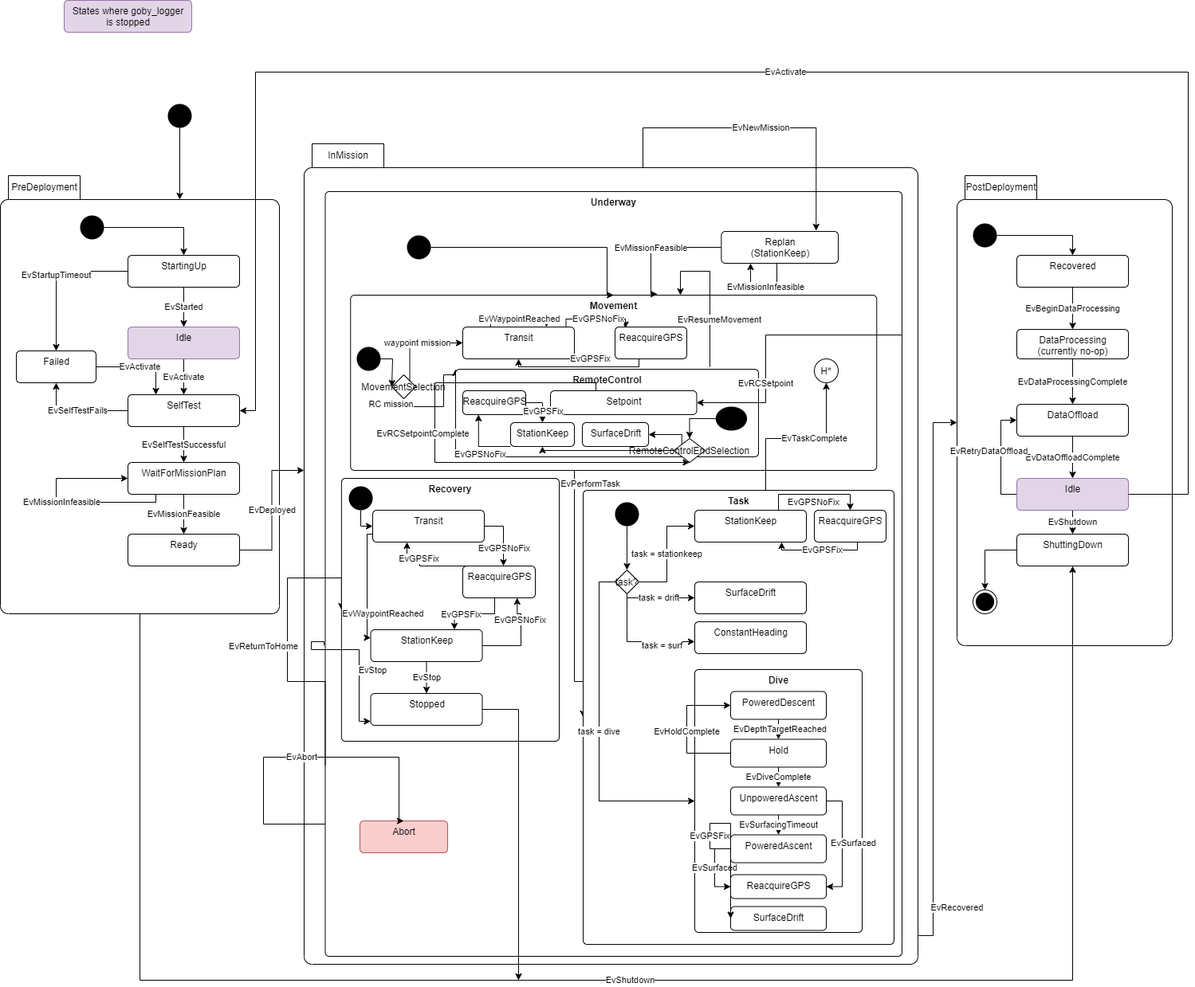
Before: src/doc/figures/mission-states.png, a diagram exported from draw.io (jaiarobotics/jaiabot). Source tidied: cells renumbered, new cells last; positions are measured from the earlier drawing's top-left corner, leaving out a move shared by most shapes.
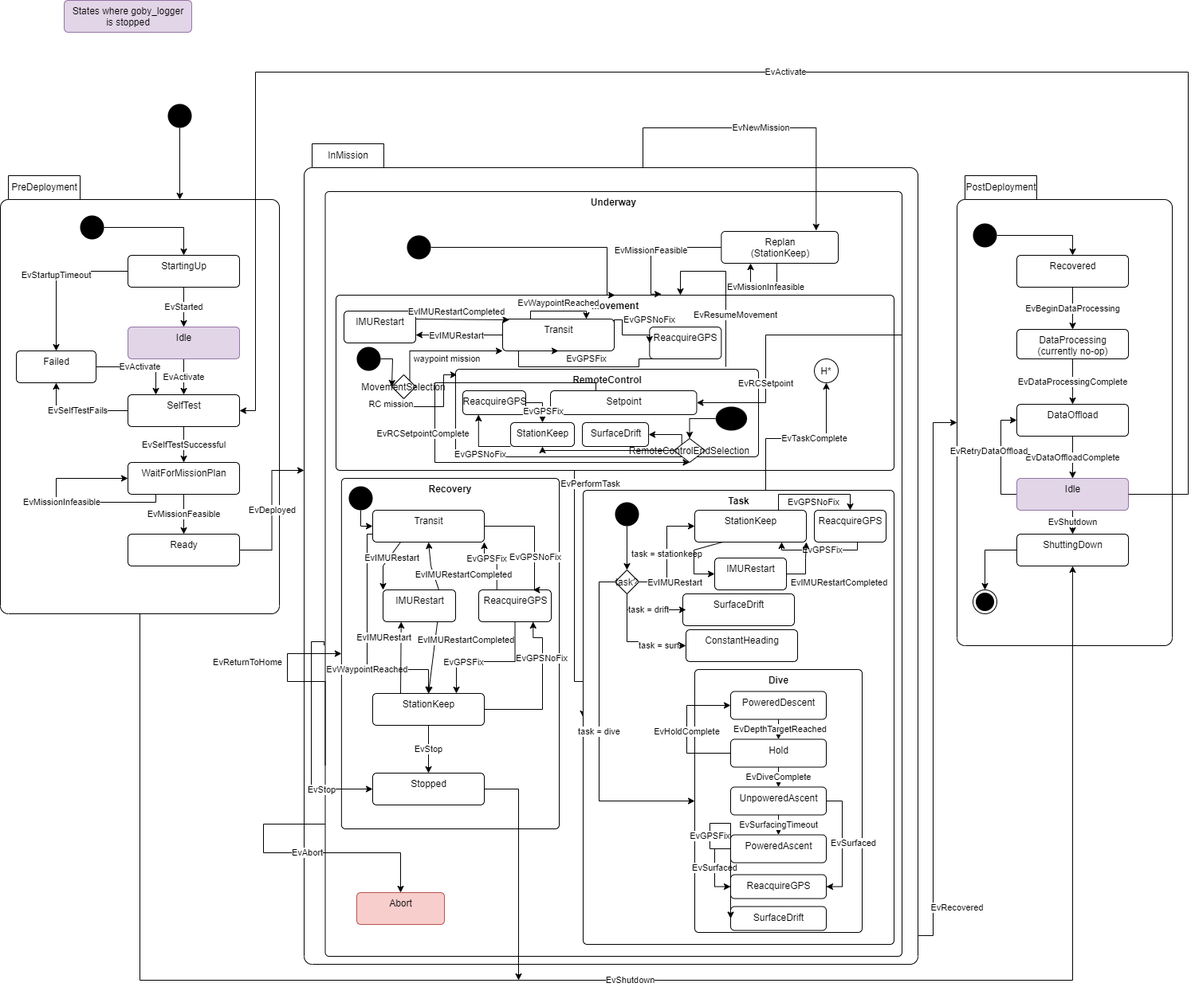
After the commit.

The edit, as a diff of the source:
```diff
@@ -129,6 +129,7 @@
     <mxCell id="39" value="EvReturnToHome" style="edgeStyle=orthogonalEdgeStyle;rounded=0;jettySize=auto;html=1;entryX=0;entryY=0.5;entryDx=0;entryDy=0;exitX=0;exitY=0.75;exitDx=0;exitDy=0;" parent="36" edge="1" source="38" target="44">
-      <mxGeometry x="0.01" y="30" relative="1" as="geometry">
+      <mxGeometry x="0.39" y="50" relative="1" as="geometry">
         <Array as="points">
+          <mxPoint x="7" y="575" />
           <mxPoint x="-41" y="575" />
-          <mxPoint x="-41" y="445" />
+          <mxPoint x="-41" y="540" />
         </Array>
@@ -138,3 +139,3 @@
     <mxCell id="40" value="&lt;b&gt;Movement&lt;/b&gt;" style="html=1;align=center;verticalAlign=top;rounded=1;absoluteArcSize=1;arcSize=10;dashed=0;" parent="36" vertex="1">
-      <mxGeometry x="38.2" y="90" width="660" height="220" as="geometry" />
+      <mxGeometry x="20" y="90" width="700" height="220" as="geometry" />
     </mxCell>
@@ -150,3 +151,3 @@
     <mxCell id="42" value="Transit" style="html=1;align=center;verticalAlign=top;rounded=1;absoluteArcSize=1;arcSize=10;dashed=0;" parent="36" vertex="1">
-      <mxGeometry x="179" y="130" width="140" height="40" as="geometry" />
+      <mxGeometry x="229" y="120" width="140" height="40" as="geometry" />
     </mxCell>
@@ -162,3 +163,3 @@
     <mxCell id="44" value="&lt;b&gt;Recovery&lt;/b&gt;" style="html=1;align=center;verticalAlign=top;rounded=1;absoluteArcSize=1;arcSize=10;dashed=0;" parent="36" vertex="1">
-      <mxGeometry x="26.9" y="320" width="273.1" height="330" as="geometry" />
+      <mxGeometry x="26.9" y="320" width="273.1" height="440" as="geometry" />
     </mxCell>
@@ -171,9 +172,10 @@
     <mxCell id="47" value="StationKeep" style="html=1;align=center;verticalAlign=top;rounded=1;absoluteArcSize=1;arcSize=10;dashed=0;" parent="36" vertex="1">
-      <mxGeometry x="63.5" y="510" width="140" height="40" as="geometry" />
+      <mxGeometry x="66" y="590" width="140" height="40" as="geometry" />
     </mxCell>
     <mxCell id="48" value="EvWaypointReached" style="edgeStyle=orthogonalEdgeStyle;rounded=0;jettySize=auto;html=1;exitX=0;exitY=0.75;exitDx=0;exitDy=0;" parent="36" edge="1" source="45" target="47">
-      <mxGeometry x="0.51" y="20" relative="1" as="geometry">
+      <mxGeometry x="0.25" relative="1" as="geometry">
         <Array as="points">
           <mxPoint x="59" y="390" />
-          <mxPoint x="59" y="520" />
+          <mxPoint x="59" y="560" />
+          <mxPoint x="136" y="560" />
         </Array>
@@ -202,3 +204,3 @@
     <mxCell id="54" value="Abort" style="html=1;align=center;verticalAlign=top;rounded=1;absoluteArcSize=1;arcSize=10;dashed=0;fillColor=#f8cecc;strokeColor=#b85450;" parent="36" vertex="1">
-      <mxGeometry x="50" y="750" width="110" height="40" as="geometry" />
+      <mxGeometry x="46" y="840" width="110" height="40" as="geometry" />
     </mxCell>
@@ -208,5 +210,4 @@
           <mxPoint x="-71" y="754" />
-          <mxPoint x="-71" y="670" />
-          <mxPoint x="99" y="670" />
-          <mxPoint x="99" y="750" />
+          <mxPoint x="-71" y="790" />
+          <mxPoint x="101" y="790" />
         </Array>
@@ -215,3 +216,3 @@
     <mxCell id="56" value="Stopped" style="html=1;align=center;verticalAlign=top;rounded=1;absoluteArcSize=1;arcSize=10;dashed=0;" parent="36" vertex="1">
-      <mxGeometry x="63.5" y="590" width="140" height="40" as="geometry" />
+      <mxGeometry x="66" y="690" width="140" height="40" as="geometry" />
     </mxCell>
@@ -240,3 +241,3 @@
     <mxCell id="63" value="SurfaceDrift" style="html=1;align=center;verticalAlign=top;rounded=1;absoluteArcSize=1;arcSize=10;dashed=0;" parent="59" vertex="1">
-      <mxGeometry x="140" y="115" width="140" height="40" as="geometry" />
+      <mxGeometry x="125" y="130" width="140" height="40" as="geometry" />
     </mxCell>
@@ -250,6 +251,8 @@
     </mxCell>
-    <mxCell id="65" value="task = drift" style="edgeStyle=orthogonalEdgeStyle;rounded=0;jettySize=auto;html=1;entryX=0;entryY=0.5;entryDx=0;entryDy=0;exitX=0.5;exitY=1;exitDx=0;exitDy=0;" parent="59" edge="1" source="67" target="63">
+    <mxCell id="65" value="task = drift" style="edgeStyle=orthogonalEdgeStyle;rounded=0;jettySize=auto;html=1;exitX=0.5;exitY=1;exitDx=0;exitDy=0;" parent="59" edge="1" source="67">
       <mxGeometry relative="1" as="geometry">
+        <mxPoint x="129" y="150" as="targetPoint" />
         <Array as="points">
-          <mxPoint x="55" y="135" />
+          <mxPoint x="55" y="150" />
+          <mxPoint x="125" y="150" />
         </Array>
@@ -344,9 +347,11 @@
     <mxCell id="87" value="ConstantHeading" style="html=1;align=center;verticalAlign=top;rounded=1;absoluteArcSize=1;arcSize=10;dashed=0;" parent="59" vertex="1">
-      <mxGeometry x="140" y="165" width="140" height="40" as="geometry" />
+      <mxGeometry x="129" y="175" width="140" height="40" as="geometry" />
     </mxCell>
-    <mxCell id="88" value="task = surf" style="edgeStyle=orthogonalEdgeStyle;rounded=0;jettySize=auto;html=1;entryX=0;entryY=0.5;entryDx=0;entryDy=0;exitX=0.5;exitY=1;exitDx=0;exitDy=0;" parent="59" edge="1" source="67">
+    <mxCell id="88" value="task = surf" style="edgeStyle=orthogonalEdgeStyle;rounded=0;jettySize=auto;html=1;exitX=0.5;exitY=1;exitDx=0;exitDy=0;" parent="59" edge="1" source="67">
       <mxGeometry x="0.43" y="-5" relative="1" as="geometry">
-        <mxPoint x="140" y="190" as="targetPoint" />
+        <mxPoint x="129" y="195" as="targetPoint" />
         <Array as="points">
           <mxPoint x="55" y="190" />
+          <mxPoint x="99" y="190" />
+          <mxPoint x="99" y="195" />
         </Array>
@@ -354,2 +359,31 @@
     </mxCell>
+    <mxCell id="131" value="IMURestart" style="html=1;align=center;verticalAlign=top;rounded=1;absoluteArcSize=1;arcSize=10;dashed=0;" parent="59" vertex="1">
+      <mxGeometry x="165" y="85" width="90" height="40" as="geometry" />
+    </mxCell>
+    <mxCell id="132" style="endArrow=classic;html=1;rounded=0;entryX=0;entryY=0.5;entryDx=0;entryDy=0;exitX=0.25;exitY=1;exitDx=0;exitDy=0;" parent="59" edge="1" source="61" target="131">
+      <mxGeometry relative="1" as="geometry">
+        <Array as="points">
+          <mxPoint x="139" y="75" />
+          <mxPoint x="139" y="105" />
+        </Array>
+      </mxGeometry>
+    </mxCell>
+    <mxCell id="133" value="EvIMURestart" style="edgeLabel;html=1;align=center;verticalAlign=middle;" parent="132" vertex="1">
+      <mxGeometry x="-0.43" y="1" relative="1" as="geometry">
+        <mxPoint x="-35" y="42" as="offset" />
+      </mxGeometry>
+    </mxCell>
+    <mxCell id="134" style="endArrow=classic;html=1;rounded=0;entryX=1;entryY=1;entryDx=0;entryDy=0;exitX=1;exitY=0.5;exitDx=0;exitDy=0;" parent="59" edge="1" source="131" target="61">
+      <mxGeometry relative="1" as="geometry">
+        <Array as="points">
+          <mxPoint x="279" y="105" />
+          <mxPoint x="279" y="85" />
+        </Array>
+      </mxGeometry>
+    </mxCell>
+    <mxCell id="135" value="EvIMURestartCompleted" style="edgeLabel;html=1;align=center;verticalAlign=middle;" parent="134" vertex="1">
+      <mxGeometry x="-0.43" y="1" relative="1" as="geometry">
+        <mxPoint x="47" y="11" as="offset" />
+      </mxGeometry>
+    </mxCell>
     <mxCell id="89" value="EvNewMission" style="edgeStyle=orthogonalEdgeStyle;rounded=0;jettySize=auto;html=1;exitX=0;exitY=0;exitDx=425;exitDy=30;exitPerimeter=0;entryX=0.811;entryY=-0.025;entryDx=0;entryDy=0;entryPerimeter=0;" parent="36" edge="1" source="37" target="92">
@@ -375,6 +409,8 @@
     </mxCell>
-    <mxCell id="93" value="waypoint mission" style="edgeStyle=orthogonalEdgeStyle;rounded=0;jettySize=auto;html=1;entryX=0;entryY=0.5;entryDx=0;entryDy=0;exitX=1;exitY=0;exitDx=0;exitDy=0;" parent="36" edge="1" source="95" target="42">
-      <mxGeometry relative="1" as="geometry">
+    <mxCell id="93" value="waypoint mission" style="edgeStyle=orthogonalEdgeStyle;rounded=0;jettySize=auto;html=1;exitX=1;exitY=0;exitDx=0;exitDy=0;" parent="36" edge="1" source="95">
+      <mxGeometry x="0.09" y="-10" relative="1" as="geometry">
+        <mxPoint x="229" y="160" as="targetPoint" />
         <Array as="points">
-          <mxPoint x="113" y="150" />
+          <mxPoint x="113" y="160" />
+          <mxPoint x="229" y="160" />
         </Array>
@@ -382,3 +418,3 @@
     </mxCell>
-    <mxCell id="94" value="RC mission" style="edgeStyle=orthogonalEdgeStyle;rounded=0;jettySize=auto;html=1;entryX=0;entryY=0;entryDx=0;entryDy=0;exitX=0.5;exitY=1;exitDx=0;exitDy=0;" parent="36" edge="1" source="95" target="99">
+    <mxCell id="94" value="RC mission" style="edgeStyle=orthogonalEdgeStyle;rounded=0;jettySize=auto;html=1;entryX=0.005;entryY=0.064;entryDx=0;entryDy=0;exitX=0.5;exitY=1;exitDx=0;exitDy=0;entryPerimeter=0;" parent="36" edge="1" source="95" target="99">
       <mxGeometry x="-0.85" y="-10" relative="1" as="geometry">
@@ -396,6 +432,6 @@
     <mxCell id="96" value="EvWaypointReached" style="edgeStyle=orthogonalEdgeStyle;rounded=0;orthogonalLoop=1;jettySize=auto;html=1;entryX=0.75;entryY=0;entryDx=0;entryDy=0;exitX=0.25;exitY=0;exitDx=0;exitDy=0;" parent="36" edge="1" source="42" target="42">
-      <mxGeometry relative="1" as="geometry">
+      <mxGeometry y="10" relative="1" as="geometry">
         <Array as="points">
-          <mxPoint x="285" y="120" />
-          <mxPoint x="355" y="120" />
+          <mxPoint x="264" y="110" />
+          <mxPoint x="334" y="110" />
         </Array>
@@ -405,5 +441,6 @@
       <mxGeometry x="-0.37" y="-12" relative="1" as="geometry">
-        <mxPoint x="489" y="180" as="sourcePoint" />
+        <mxPoint x="509" y="180" as="sourcePoint" />
         <Array as="points">
-          <mxPoint x="489" y="60" />
+          <mxPoint x="509" y="180" />
+          <mxPoint x="509" y="60" />
           <mxPoint x="452" y="60" />
@@ -486,10 +523,13 @@
     <mxCell id="113" value="ReacquireGPS" style="html=1;align=center;verticalAlign=top;rounded=1;absoluteArcSize=1;arcSize=10;dashed=0;" parent="36" vertex="1">
-      <mxGeometry x="370" y="130" width="90" height="40" as="geometry" />
+      <mxGeometry x="413.3" y="130" width="90" height="40" as="geometry" />
     </mxCell>
-    <mxCell id="114" value="EvGPSNoFix" style="edgeStyle=orthogonalEdgeStyle;rounded=0;jettySize=auto;html=1;entryX=0.146;entryY=0.038;entryDx=0;entryDy=0;exitX=0.925;exitY=0.013;exitDx=0;exitDy=0;exitPerimeter=0;entryPerimeter=0;" parent="36" edge="1" source="42" target="113">
-      <mxGeometry x="0.06" relative="1" as="geometry">
+    <mxCell id="114" value="EvGPSNoFix" style="edgeStyle=orthogonalEdgeStyle;rounded=0;jettySize=auto;html=1;exitX=1;exitY=0.25;exitDx=0;exitDy=0;entryX=0;entryY=0.5;entryDx=0;entryDy=0;" parent="36" edge="1" source="42" target="113">
+      <mxGeometry x="0.76" y="19" relative="1" as="geometry">
         <Array as="points">
-          <mxPoint x="309" y="120" />
-          <mxPoint x="383" y="120" />
+          <mxPoint x="369" y="121" />
+          <mxPoint x="379" y="121" />
+          <mxPoint x="379" y="140" />
+          <mxPoint x="413" y="140" />
         </Array>
+        <mxPoint x="-19" y="-19" as="offset" />
       </mxGeometry>
@@ -505,6 +545,5 @@
     </mxCell>
-    <mxCell id="116" style="edgeStyle=orthogonalEdgeStyle;rounded=0;orthogonalLoop=1;jettySize=auto;html=1;entryX=0;entryY=0.5;entryDx=0;entryDy=0;exitX=-0.002;exitY=0.645;exitDx=0;exitDy=0;exitPerimeter=0;" parent="36" edge="1">
+    <mxCell id="116" style="edgeStyle=orthogonalEdgeStyle;rounded=0;jettySize=auto;html=1;entryX=0;entryY=0.5;entryDx=0;entryDy=0;exitX=-0.002;exitY=0.645;exitDx=0;exitDy=0;exitPerimeter=0;" parent="36" edge="1" target="56">
       <mxGeometry relative="1" as="geometry">
         <mxPoint x="5.1" y="529.7" as="sourcePoint" />
-        <mxPoint x="63.5" y="625" as="targetPoint" />
         <Array as="points">
@@ -512,5 +551,3 @@
           <mxPoint x="-11" y="525" />
-          <mxPoint x="-11" y="535" />
-          <mxPoint x="49" y="535" />
-          <mxPoint x="49" y="625" />
+          <mxPoint x="-11" y="710" />
         </Array>
@@ -520,3 +557,3 @@
       <mxGeometry x="-0.2" y="1" relative="1" as="geometry">
-        <mxPoint x="29" y="26" as="offset" />
+        <mxPoint x="11" y="92" as="offset" />
       </mxGeometry>
@@ -524,9 +561,9 @@
     <mxCell id="118" value="ReacquireGPS" style="html=1;align=center;verticalAlign=top;rounded=1;absoluteArcSize=1;arcSize=10;dashed=0;" parent="36" vertex="1">
-      <mxGeometry x="179" y="430" width="91" height="40" as="geometry" />
+      <mxGeometry x="199" y="460" width="91" height="40" as="geometry" />
     </mxCell>
-    <mxCell id="119" value="EvGPSNoFix" style="edgeStyle=orthogonalEdgeStyle;rounded=0;jettySize=auto;html=1;exitX=1;exitY=0.5;exitDx=0;exitDy=0;" parent="36" edge="1" source="45">
+    <mxCell id="119" value="EvGPSNoFix" style="edgeStyle=orthogonalEdgeStyle;rounded=0;jettySize=auto;html=1;exitX=1;exitY=0.5;exitDx=0;exitDy=0;entryX=0.75;entryY=0;entryDx=0;entryDy=0;" parent="36" edge="1" source="45" target="118">
       <mxGeometry x="0.41" y="1" relative="1" as="geometry">
-        <mxPoint x="230" y="430" as="targetPoint" />
         <Array as="points">
-          <mxPoint x="230" y="380" />
+          <mxPoint x="269" y="380" />
+          <mxPoint x="269" y="460" />
         </Array>
@@ -534,8 +571,7 @@
     </mxCell>
-    <mxCell id="120" value="EvGPSFix" style="edgeStyle=orthogonalEdgeStyle;rounded=0;jettySize=auto;html=1;exitX=0.25;exitY=0;exitDx=0;exitDy=0;" parent="36" edge="1" source="118">
+    <mxCell id="120" value="EvGPSFix" style="edgeStyle=orthogonalEdgeStyle;rounded=0;jettySize=auto;html=1;exitX=0.25;exitY=0;exitDx=0;exitDy=0;entryX=1;entryY=1;entryDx=0;entryDy=0;" parent="36" edge="1" source="118" target="45">
       <mxGeometry x="0.41" y="1" relative="1" as="geometry">
-        <mxPoint x="109" y="400" as="targetPoint" />
         <Array as="points">
-          <mxPoint x="125" y="420" />
-          <mxPoint x="109" y="420" />
+          <mxPoint x="222" y="420" />
+          <mxPoint x="206" y="420" />
         </Array>
@@ -546,5 +582,5 @@
         <Array as="points">
-          <mxPoint x="252" y="530" />
-          <mxPoint x="252" y="490" />
-          <mxPoint x="247" y="490" />
+          <mxPoint x="279" y="610" />
+          <mxPoint x="279" y="520" />
+          <mxPoint x="267" y="520" />
         </Array>
@@ -555,4 +591,4 @@
         <Array as="points">
-          <mxPoint x="219" y="490" />
-          <mxPoint x="169" y="490" />
+          <mxPoint x="245" y="550" />
+          <mxPoint x="171" y="550" />
         </Array>
@@ -560,2 +596,65 @@
     </mxCell>
+    <mxCell id="136" value="IMURestart" style="html=1;align=center;verticalAlign=top;rounded=1;absoluteArcSize=1;arcSize=10;dashed=0;" parent="36" vertex="1">
+      <mxGeometry x="79" y="460" width="91" height="40" as="geometry" />
+    </mxCell>
+    <mxCell id="137" style="endArrow=classic;html=1;rounded=0;entryX=0;entryY=0;entryDx=0;entryDy=0;exitX=0.25;exitY=1;exitDx=0;exitDy=0;" parent="36" edge="1" source="45" target="136">
+      <mxGeometry relative="1" as="geometry">
+        <Array as="points">
+          <mxPoint x="79" y="430" />
+        </Array>
+      </mxGeometry>
+    </mxCell>
+    <mxCell id="138" value="EvIMURestart" style="edgeLabel;html=1;align=center;verticalAlign=middle;" parent="137" vertex="1">
+      <mxGeometry x="-0.43" y="1" relative="1" as="geometry">
+        <mxPoint x="-1" y="4" as="offset" />
+      </mxGeometry>
+    </mxCell>
+    <mxCell id="139" style="endArrow=classic;html=1;rounded=0;entryX=0.5;entryY=1;entryDx=0;entryDy=0;" parent="36" edge="1" target="45">
+      <mxGeometry relative="1" as="geometry">
+        <mxPoint x="149" y="460" as="sourcePoint" />
+        <Array as="points">
+          <mxPoint x="139" y="430" />
+        </Array>
+      </mxGeometry>
+    </mxCell>
+    <mxCell id="140" value="EvIMURestartCompleted" style="edgeLabel;html=1;align=center;verticalAlign=middle;" parent="139" vertex="1">
+      <mxGeometry x="-0.43" y="1" relative="1" as="geometry">
+        <mxPoint x="37" y="-3" as="offset" />
+      </mxGeometry>
+    </mxCell>
+    <mxCell id="141" style="endArrow=classic;html=1;rounded=0;entryX=0.5;entryY=0;entryDx=0;entryDy=0;exitX=0.75;exitY=1;exitDx=0;exitDy=0;" parent="36" edge="1" source="136" target="47">
+      <mxGeometry relative="1" as="geometry" />
+    </mxCell>
+    <mxCell id="142" value="EvIMURestartCompleted" style="edgeLabel;html=1;align=center;verticalAlign=middle;" parent="141" vertex="1">
+      <mxGeometry x="-0.43" y="1" relative="1" as="geometry">
+        <mxPoint x="37" y="-3" as="offset" />
+      </mxGeometry>
+    </mxCell>
+    <mxCell id="143" style="endArrow=classic;html=1;rounded=0;entryX=0.25;entryY=1;entryDx=0;entryDy=0;exitX=0.25;exitY=0;exitDx=0;exitDy=0;" parent="36" edge="1" source="47" target="136">
+      <mxGeometry relative="1" as="geometry" />
+    </mxCell>
+    <mxCell id="144" value="EvIMURestart" style="edgeLabel;html=1;align=center;verticalAlign=middle;" parent="143" vertex="1">
+      <mxGeometry x="-0.43" y="1" relative="1" as="geometry">
+        <mxPoint x="-21" y="-44" as="offset" />
+      </mxGeometry>
+    </mxCell>
+    <mxCell id="145" value="IMURestart" style="html=1;align=center;verticalAlign=top;rounded=1;absoluteArcSize=1;arcSize=10;dashed=0;" parent="36" vertex="1">
+      <mxGeometry x="30" y="110" width="90" height="40" as="geometry" />
+    </mxCell>
+    <mxCell id="146" style="endArrow=classic;html=1;rounded=0;entryX=1;entryY=0.75;entryDx=0;entryDy=0;exitX=0;exitY=0.5;exitDx=0;exitDy=0;" parent="36" edge="1" source="42" target="145">
+      <mxGeometry relative="1" as="geometry" />
+    </mxCell>
+    <mxCell id="147" value="EvIMURestart" style="edgeLabel;html=1;align=center;verticalAlign=middle;" parent="146" vertex="1">
+      <mxGeometry x="0.45" y="-2" relative="1" as="geometry">
+        <mxPoint x="20" y="2" as="offset" />
+      </mxGeometry>
+    </mxCell>
+    <mxCell id="148" style="endArrow=classic;html=1;rounded=0;exitX=1;exitY=0.25;exitDx=0;exitDy=0;entryX=0.061;entryY=0.025;entryDx=0;entryDy=0;entryPerimeter=0;" parent="36" edge="1" source="145" target="42">
+      <mxGeometry relative="1" as="geometry" />
+    </mxCell>
+    <mxCell id="149" value="EvIMURestartCompleted" style="edgeLabel;html=1;align=center;verticalAlign=middle;" parent="148" vertex="1">
+      <mxGeometry y="3" relative="1" as="geometry">
+        <mxPoint x="-9" y="-7" as="offset" />
+      </mxGeometry>
+    </mxCell>
     <mxCell id="123" style="edgeStyle=orthogonalEdgeStyle;rounded=0;jettySize=auto;html=1;entryX=0;entryY=0;entryDx=225;entryDy=30;entryPerimeter=0;" parent="1" edge="1" source="124" target="19">
@@ -602,3 +701,3 @@
         <Array as="points">
-          <mxPoint x="650" y="890" />
+          <mxPoint x="650" y="990" />
         </Array>
```
